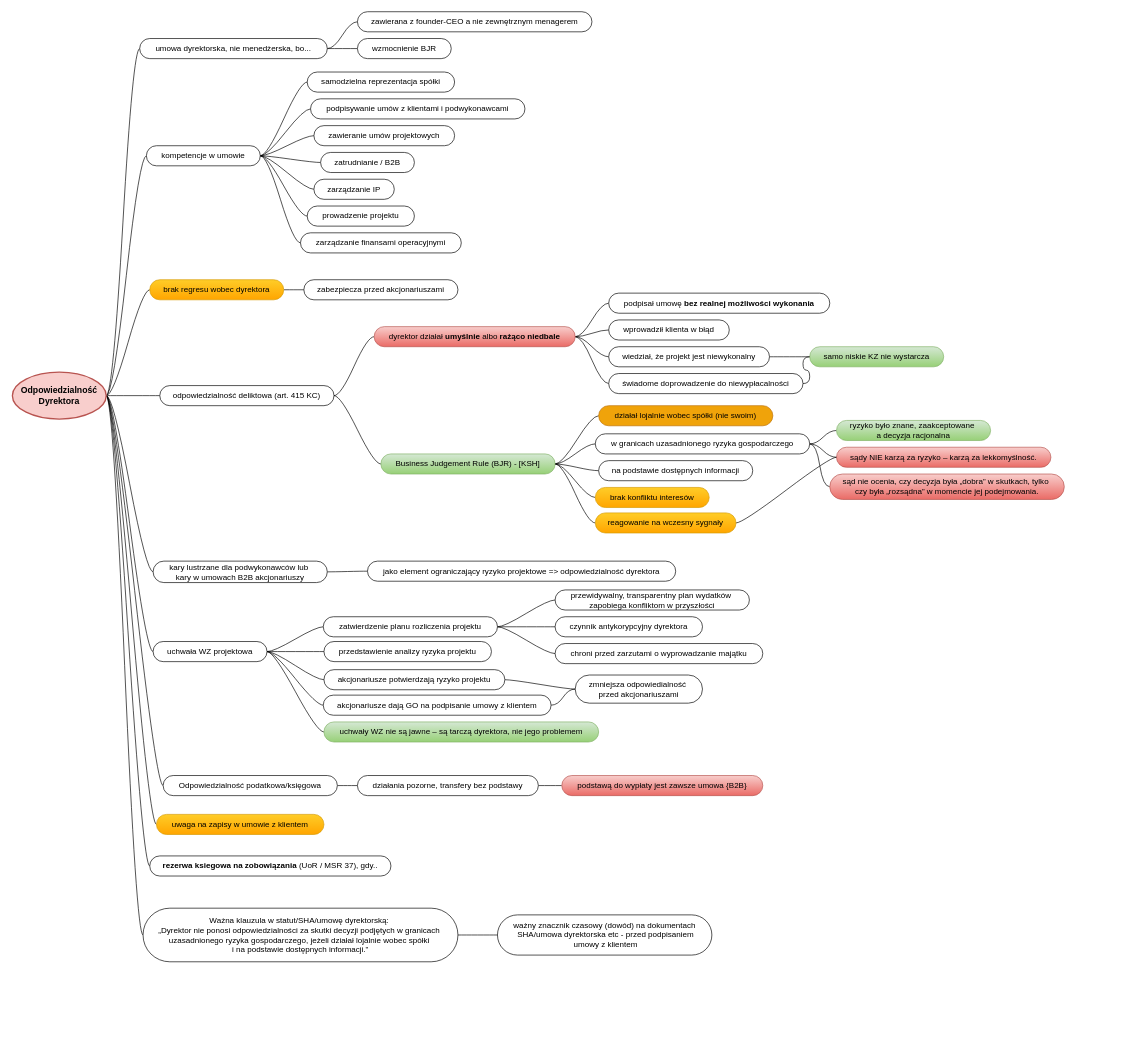
arturd2/diagrams keeps this draw.io diagram as Dyrektor.Odpowiedzialność.drawio. Above is the earlier version. Source tidied: cells renumbered, new cells numbered last; positions are measured from the earlier drawing's top-left corner, leaving out a move shared by most shapes. Both pictures are drawn from the tidied source at 67%, with x=0, y=0 at pixel (12, 11).
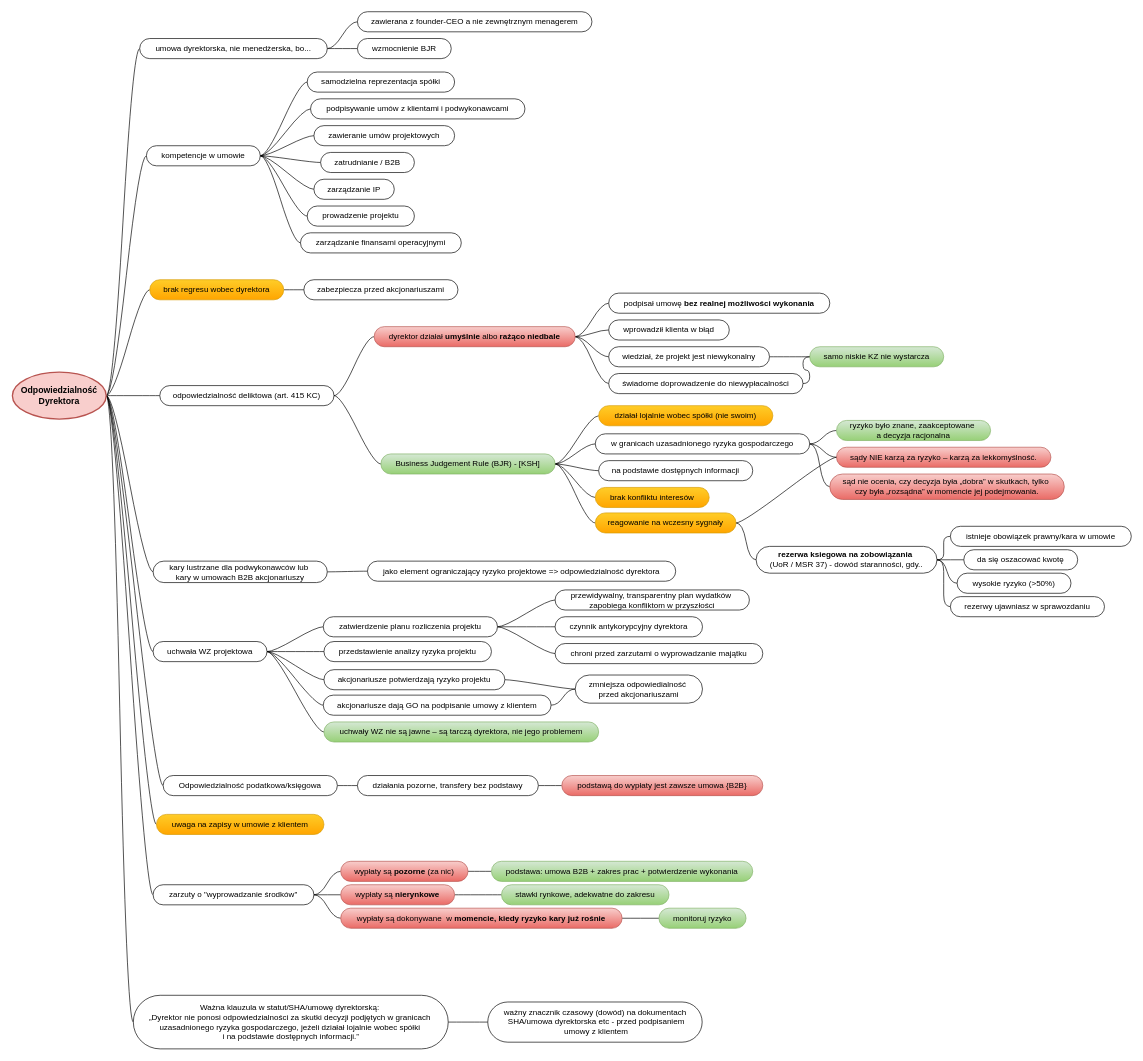
After the change.

The change refers to these unchanged cells:
```xml
<mxCell id="12" value="Odpowiedzialność&lt;br&gt;Dyrektora" style="ellipse;whiteSpace=wrap;html=1;align=center;newEdgeStyle={&quot;edgeStyle&quot;:&quot;entityRelationEdgeStyle&quot;,&quot;startArrow&quot;:&quot;none&quot;,&quot;endArrow&quot;:&quot;none&quot;,&quot;segment&quot;:10,&quot;curved&quot;:1,&quot;sourcePerimeterSpacing&quot;:0,&quot;targetPerimeterSpacing&quot;:0};fillColor=#f8cecc;strokeColor=#b85450;strokeWidth=2;fontStyle=1;fontSize=13;" parent="1" vertex="1">
  <mxGeometry y="538" width="140" height="70" as="geometry" />
</mxCell>
<mxCell id="93" value="reagowanie na wczesny sygnały" style="whiteSpace=wrap;html=1;rounded=1;arcSize=50;align=center;verticalAlign=middle;strokeWidth=1;spacing=4;newEdgeStyle={&quot;edgeStyle&quot;:&quot;entityRelationEdgeStyle&quot;,&quot;startArrow&quot;:&quot;none&quot;,&quot;endArrow&quot;:&quot;none&quot;,&quot;segment&quot;:10,&quot;curved&quot;:1,&quot;sourcePerimeterSpacing&quot;:0,&quot;targetPerimeterSpacing&quot;:0};fillColor=#ffcd28;gradientColor=#ffa500;strokeColor=#d79b00;" parent="1" vertex="1">
  <mxGeometry x="870" y="748" width="210" height="30" as="geometry" />
</mxCell>
```

The edit, as a diff of the source:
```diff
@@
-    <mxCell id="3" style="edgeStyle=entityRelationEdgeStyle;rounded=0;jettySize=auto;html=1;startArrow=none;endArrow=none;segment=10;curved=1;sourcePerimeterSpacing=0;targetPerimeterSpacing=0;exitX=1;exitY=0.5;exitDx=0;exitDy=0;" parent="1" edge="1" source="12" target="16">
-      <mxGeometry relative="1" as="geometry" />
-    </mxCell>
@@
+    <mxCell id="102" style="edgeStyle=entityRelationEdgeStyle;rounded=0;jettySize=auto;html=1;startArrow=none;endArrow=none;segment=10;curved=1;sourcePerimeterSpacing=0;targetPerimeterSpacing=0;" parent="1" edge="1" source="12" target="116">
+      <mxGeometry relative="1" as="geometry" />
+    </mxCell>
@@
-    <mxCell id="16" value="&lt;strong&gt;rezerwa ksiegowa na zobowiązania&lt;/strong&gt; (UoR / MSR 37), gdy.." style="whiteSpace=wrap;html=1;rounded=1;arcSize=50;align=center;verticalAlign=middle;strokeWidth=1;spacing=4;newEdgeStyle={&quot;edgeStyle&quot;:&quot;entityRelationEdgeStyle&quot;,&quot;startArrow&quot;:&quot;none&quot;,&quot;endArrow&quot;:&quot;none&quot;,&quot;segment&quot;:10,&quot;curved&quot;:1,&quot;sourcePerimeterSpacing&quot;:0,&quot;targetPerimeterSpacing&quot;:0};" parent="1" vertex="1" collapsed="1">
-      <mxGeometry x="205" y="1260" width="360" height="30" as="geometry" />
-    </mxCell>
@@
-    <mxCell id="76" value="działał lojalnie wobec spółki (nie swoim)" style="whiteSpace=wrap;html=1;rounded=1;arcSize=50;align=center;verticalAlign=middle;strokeWidth=1;spacing=4;newEdgeStyle={&quot;edgeStyle&quot;:&quot;entityRelationEdgeStyle&quot;,&quot;startArrow&quot;:&quot;none&quot;,&quot;endArrow&quot;:&quot;none&quot;,&quot;segment&quot;:10,&quot;curved&quot;:1,&quot;sourcePerimeterSpacing&quot;:0,&quot;targetPerimeterSpacing&quot;:0};fillColor=#f0a30a;strokeColor=#BD7000;fontColor=#000000;" parent="1" vertex="1">
+    <mxCell id="76" value="działał lojalnie wobec spółki (nie swoim)" style="whiteSpace=wrap;html=1;rounded=1;arcSize=50;align=center;verticalAlign=middle;strokeWidth=1;spacing=4;newEdgeStyle={&quot;edgeStyle&quot;:&quot;entityRelationEdgeStyle&quot;,&quot;startArrow&quot;:&quot;none&quot;,&quot;endArrow&quot;:&quot;none&quot;,&quot;segment&quot;:10,&quot;curved&quot;:1,&quot;sourcePerimeterSpacing&quot;:0,&quot;targetPerimeterSpacing&quot;:0};fillColor=#ffcd28;strokeColor=#d79b00;gradientColor=#ffa500;" parent="1" vertex="1">
       <mxGeometry x="875" y="588" width="260" height="30" as="geometry" />
     </mxCell>
@@
+    <mxCell id="103" style="edgeStyle=entityRelationEdgeStyle;rounded=0;jettySize=auto;html=1;startArrow=none;endArrow=none;segment=10;curved=1;sourcePerimeterSpacing=0;targetPerimeterSpacing=0;entryX=0;entryY=0.5;entryDx=0;entryDy=0;" parent="1" edge="1" source="93" target="108">
+      <mxGeometry relative="1" as="geometry" />
+    </mxCell>
@@
     <mxCell id="100" value="Ważna klauzula w statut/SHA/umowę dyrektorską:&amp;nbsp;&lt;br&gt;„Dyrektor nie ponosi odpowiedzialności za skutki decyzji podjętych w granicach&amp;nbsp;&lt;br&gt;uzasadnionego ryzyka gospodarczego, jeżeli działał lojalnie wobec spółki&amp;nbsp;&lt;br&gt;i na podstawie dostępnych informacji.”" style="whiteSpace=wrap;html=1;rounded=1;arcSize=50;align=center;verticalAlign=middle;strokeWidth=1;spacing=4;newEdgeStyle={&quot;edgeStyle&quot;:&quot;entityRelationEdgeStyle&quot;,&quot;startArrow&quot;:&quot;none&quot;,&quot;endArrow&quot;:&quot;none&quot;,&quot;segment&quot;:10,&quot;curved&quot;:1,&quot;sourcePerimeterSpacing&quot;:0,&quot;targetPerimeterSpacing&quot;:0};" parent="1" vertex="1">
-      <mxGeometry x="195" y="1338" width="470" height="80" as="geometry" />
+      <mxGeometry x="180.5" y="1468" width="470" height="80" as="geometry" />
     </mxCell>
     <mxCell id="101" value="ważny znacznik czasowy (dowód) na dokumentach&lt;br&gt;&amp;nbsp;SHA/umowa dyrektorska etc - przed podpisaniem&lt;br&gt;&amp;nbsp;umowy z klientem" style="whiteSpace=wrap;html=1;rounded=1;arcSize=50;align=center;verticalAlign=middle;strokeWidth=1;spacing=4;newEdgeStyle={&quot;edgeStyle&quot;:&quot;entityRelationEdgeStyle&quot;,&quot;startArrow&quot;:&quot;none&quot;,&quot;endArrow&quot;:&quot;none&quot;,&quot;segment&quot;:10,&quot;curved&quot;:1,&quot;sourcePerimeterSpacing&quot;:0,&quot;targetPerimeterSpacing&quot;:0};" parent="1" vertex="1">
-      <mxGeometry x="724" y="1348" width="320" height="60" as="geometry" />
+      <mxGeometry x="709.5" y="1478" width="320" height="60" as="geometry" />
     </mxCell>
+    <mxCell id="104" style="edgeStyle=entityRelationEdgeStyle;rounded=0;jettySize=auto;html=1;startArrow=none;endArrow=none;segment=10;curved=1;sourcePerimeterSpacing=0;targetPerimeterSpacing=0;" parent="1" edge="1" source="108" target="109">
+      <mxGeometry relative="1" as="geometry" />
+    </mxCell>
+    <mxCell id="105" style="edgeStyle=entityRelationEdgeStyle;rounded=0;jettySize=auto;html=1;startArrow=none;endArrow=none;segment=10;curved=1;sourcePerimeterSpacing=0;targetPerimeterSpacing=0;entryX=0;entryY=0.5;entryDx=0;entryDy=0;" parent="1" edge="1" source="108" target="110">
+      <mxGeometry relative="1" as="geometry" />
+    </mxCell>
+    <mxCell id="106" style="edgeStyle=entityRelationEdgeStyle;rounded=0;jettySize=auto;html=1;startArrow=none;endArrow=none;segment=10;curved=1;sourcePerimeterSpacing=0;targetPerimeterSpacing=0;entryX=0;entryY=0.5;entryDx=0;entryDy=0;" parent="1" edge="1" source="108" target="111">
+      <mxGeometry relative="1" as="geometry" />
+    </mxCell>
+    <mxCell id="107" style="edgeStyle=entityRelationEdgeStyle;rounded=0;jettySize=auto;html=1;startArrow=none;endArrow=none;segment=10;curved=1;sourcePerimeterSpacing=0;targetPerimeterSpacing=0;" parent="1" edge="1" source="108" target="112">
+      <mxGeometry relative="1" as="geometry" />
+    </mxCell>
+    <mxCell id="108" value="&lt;strong&gt;rezerwa ksiegowa na zobowiązania&lt;/strong&gt;&amp;nbsp;&lt;br&gt;(UoR / MSR 37) - dowód staranności, gdy.." style="whiteSpace=wrap;html=1;rounded=1;arcSize=50;align=center;verticalAlign=middle;strokeWidth=1;spacing=4;newEdgeStyle={&quot;edgeStyle&quot;:&quot;entityRelationEdgeStyle&quot;,&quot;startArrow&quot;:&quot;none&quot;,&quot;endArrow&quot;:&quot;none&quot;,&quot;segment&quot;:10,&quot;curved&quot;:1,&quot;sourcePerimeterSpacing&quot;:0,&quot;targetPerimeterSpacing&quot;:0};" parent="1" vertex="1">
+      <mxGeometry x="1110" y="798" width="270" height="40" as="geometry" />
+    </mxCell>
+    <mxCell id="109" value="istnieje obowiązek prawny/kara w umowie" style="whiteSpace=wrap;html=1;rounded=1;arcSize=50;align=center;verticalAlign=middle;strokeWidth=1;spacing=4;newEdgeStyle={&quot;edgeStyle&quot;:&quot;entityRelationEdgeStyle&quot;,&quot;startArrow&quot;:&quot;none&quot;,&quot;endArrow&quot;:&quot;none&quot;,&quot;segment&quot;:10,&quot;curved&quot;:1,&quot;sourcePerimeterSpacing&quot;:0,&quot;targetPerimeterSpacing&quot;:0};" parent="1" vertex="1">
+      <mxGeometry x="1400" y="768" width="270" height="30" as="geometry" />
+    </mxCell>
+    <mxCell id="110" value="da się oszacować kwotę" style="whiteSpace=wrap;html=1;rounded=1;arcSize=50;align=center;verticalAlign=middle;strokeWidth=1;spacing=4;newEdgeStyle={&quot;edgeStyle&quot;:&quot;entityRelationEdgeStyle&quot;,&quot;startArrow&quot;:&quot;none&quot;,&quot;endArrow&quot;:&quot;none&quot;,&quot;segment&quot;:10,&quot;curved&quot;:1,&quot;sourcePerimeterSpacing&quot;:0,&quot;targetPerimeterSpacing&quot;:0};" parent="1" vertex="1">
+      <mxGeometry x="1420" y="803" width="170" height="30" as="geometry" />
+    </mxCell>
+    <mxCell id="111" value="wysokie ryzyko (&amp;gt;50%)" style="whiteSpace=wrap;html=1;rounded=1;arcSize=50;align=center;verticalAlign=middle;strokeWidth=1;spacing=4;newEdgeStyle={&quot;edgeStyle&quot;:&quot;entityRelationEdgeStyle&quot;,&quot;startArrow&quot;:&quot;none&quot;,&quot;endArrow&quot;:&quot;none&quot;,&quot;segment&quot;:10,&quot;curved&quot;:1,&quot;sourcePerimeterSpacing&quot;:0,&quot;targetPerimeterSpacing&quot;:0};" parent="1" vertex="1">
+      <mxGeometry x="1410" y="838" width="170" height="30" as="geometry" />
+    </mxCell>
+    <mxCell id="112" value="rezerwy ujawniasz w sprawozdaniu" style="whiteSpace=wrap;html=1;rounded=1;arcSize=50;align=center;verticalAlign=middle;strokeWidth=1;spacing=4;newEdgeStyle={&quot;edgeStyle&quot;:&quot;entityRelationEdgeStyle&quot;,&quot;startArrow&quot;:&quot;none&quot;,&quot;endArrow&quot;:&quot;none&quot;,&quot;segment&quot;:10,&quot;curved&quot;:1,&quot;sourcePerimeterSpacing&quot;:0,&quot;targetPerimeterSpacing&quot;:0};" parent="1" vertex="1">
+      <mxGeometry x="1400" y="873" width="230" height="30" as="geometry" />
+    </mxCell>
+    <mxCell id="113" style="edgeStyle=entityRelationEdgeStyle;rounded=0;jettySize=auto;html=1;startArrow=none;endArrow=none;segment=10;curved=1;sourcePerimeterSpacing=0;targetPerimeterSpacing=0;" parent="1" edge="1" source="116" target="118">
+      <mxGeometry relative="1" as="geometry" />
+    </mxCell>
+    <mxCell id="114" style="edgeStyle=entityRelationEdgeStyle;rounded=0;jettySize=auto;html=1;startArrow=none;endArrow=none;segment=10;curved=1;sourcePerimeterSpacing=0;targetPerimeterSpacing=0;entryX=0;entryY=0.5;entryDx=0;entryDy=0;" parent="1" edge="1" source="116" target="120">
+      <mxGeometry relative="1" as="geometry" />
+    </mxCell>
+    <mxCell id="115" style="edgeStyle=entityRelationEdgeStyle;rounded=0;jettySize=auto;html=1;startArrow=none;endArrow=none;segment=10;curved=1;sourcePerimeterSpacing=0;targetPerimeterSpacing=0;entryX=0;entryY=0.5;entryDx=0;entryDy=0;" parent="1" edge="1" source="116" target="122">
+      <mxGeometry relative="1" as="geometry" />
+    </mxCell>
+    <mxCell id="116" value="zarzuty o &quot;wyprowadzanie środków&quot;" style="whiteSpace=wrap;html=1;rounded=1;arcSize=50;align=center;verticalAlign=middle;strokeWidth=1;spacing=4;newEdgeStyle={&quot;edgeStyle&quot;:&quot;entityRelationEdgeStyle&quot;,&quot;startArrow&quot;:&quot;none&quot;,&quot;endArrow&quot;:&quot;none&quot;,&quot;segment&quot;:10,&quot;curved&quot;:1,&quot;sourcePerimeterSpacing&quot;:0,&quot;targetPerimeterSpacing&quot;:0};" parent="1" vertex="1">
+      <mxGeometry x="210" y="1303" width="240" height="30" as="geometry" />
+    </mxCell>
+    <mxCell id="117" style="edgeStyle=entityRelationEdgeStyle;rounded=0;jettySize=auto;html=1;startArrow=none;endArrow=none;segment=10;curved=1;sourcePerimeterSpacing=0;targetPerimeterSpacing=0;" parent="1" edge="1" source="118" target="123">
+      <mxGeometry relative="1" as="geometry" />
+    </mxCell>
+    <mxCell id="118" value="wypłaty są &lt;strong&gt;pozorne&lt;/strong&gt; (za nic)" style="whiteSpace=wrap;html=1;rounded=1;arcSize=50;align=center;verticalAlign=middle;strokeWidth=1;spacing=4;newEdgeStyle={&quot;edgeStyle&quot;:&quot;entityRelationEdgeStyle&quot;,&quot;startArrow&quot;:&quot;none&quot;,&quot;endArrow&quot;:&quot;none&quot;,&quot;segment&quot;:10,&quot;curved&quot;:1,&quot;sourcePerimeterSpacing&quot;:0,&quot;targetPerimeterSpacing&quot;:0};fillColor=#f8cecc;gradientColor=#ea6b66;strokeColor=#b85450;" parent="1" vertex="1">
+      <mxGeometry x="490" y="1268" width="190" height="30" as="geometry" />
+    </mxCell>
+    <mxCell id="119" style="edgeStyle=entityRelationEdgeStyle;rounded=0;jettySize=auto;html=1;startArrow=none;endArrow=none;segment=10;curved=1;sourcePerimeterSpacing=0;targetPerimeterSpacing=0;" parent="1" edge="1" source="120" target="124">
+      <mxGeometry relative="1" as="geometry" />
+    </mxCell>
+    <mxCell id="120" value="wypłaty są &lt;b&gt;nierynkowe&lt;/b&gt;" style="whiteSpace=wrap;html=1;rounded=1;arcSize=50;align=center;verticalAlign=middle;strokeWidth=1;spacing=4;newEdgeStyle={&quot;edgeStyle&quot;:&quot;entityRelationEdgeStyle&quot;,&quot;startArrow&quot;:&quot;none&quot;,&quot;endArrow&quot;:&quot;none&quot;,&quot;segment&quot;:10,&quot;curved&quot;:1,&quot;sourcePerimeterSpacing&quot;:0,&quot;targetPerimeterSpacing&quot;:0};fillColor=#f8cecc;gradientColor=#ea6b66;strokeColor=#b85450;" parent="1" vertex="1">
+      <mxGeometry x="490" y="1303" width="170" height="30" as="geometry" />
+    </mxCell>
+    <mxCell id="121" style="edgeStyle=entityRelationEdgeStyle;rounded=0;jettySize=auto;html=1;startArrow=none;endArrow=none;segment=10;curved=1;sourcePerimeterSpacing=0;targetPerimeterSpacing=0;" parent="1" edge="1" source="122" target="125">
+      <mxGeometry relative="1" as="geometry" />
+    </mxCell>
+    <mxCell id="122" value="wypłaty są dokonywane&amp;nbsp; w&amp;nbsp;&lt;b&gt;momencie, kiedy ryzyko kary już rośnie&lt;/b&gt;" style="whiteSpace=wrap;html=1;rounded=1;arcSize=50;align=center;verticalAlign=middle;strokeWidth=1;spacing=4;newEdgeStyle={&quot;edgeStyle&quot;:&quot;entityRelationEdgeStyle&quot;,&quot;startArrow&quot;:&quot;none&quot;,&quot;endArrow&quot;:&quot;none&quot;,&quot;segment&quot;:10,&quot;curved&quot;:1,&quot;sourcePerimeterSpacing&quot;:0,&quot;targetPerimeterSpacing&quot;:0};fillColor=#f8cecc;gradientColor=#ea6b66;strokeColor=#b85450;" parent="1" vertex="1">
+      <mxGeometry x="490" y="1338" width="420" height="30" as="geometry" />
+    </mxCell>
+    <mxCell id="123" value="podstawa: umowa B2B + zakres prac + potwierdzenie wykonania" style="whiteSpace=wrap;html=1;rounded=1;arcSize=50;align=center;verticalAlign=middle;strokeWidth=1;spacing=4;newEdgeStyle={&quot;edgeStyle&quot;:&quot;entityRelationEdgeStyle&quot;,&quot;startArrow&quot;:&quot;none&quot;,&quot;endArrow&quot;:&quot;none&quot;,&quot;segment&quot;:10,&quot;curved&quot;:1,&quot;sourcePerimeterSpacing&quot;:0,&quot;targetPerimeterSpacing&quot;:0};fillColor=#d5e8d4;gradientColor=#97d077;strokeColor=#82b366;" parent="1" vertex="1">
+      <mxGeometry x="715" y="1268" width="390" height="30" as="geometry" />
+    </mxCell>
+    <mxCell id="124" value="stawki rynkowe, adekwatne do zakresu" style="whiteSpace=wrap;html=1;rounded=1;arcSize=50;align=center;verticalAlign=middle;strokeWidth=1;spacing=4;newEdgeStyle={&quot;edgeStyle&quot;:&quot;entityRelationEdgeStyle&quot;,&quot;startArrow&quot;:&quot;none&quot;,&quot;endArrow&quot;:&quot;none&quot;,&quot;segment&quot;:10,&quot;curved&quot;:1,&quot;sourcePerimeterSpacing&quot;:0,&quot;targetPerimeterSpacing&quot;:0};fillColor=#d5e8d4;gradientColor=#97d077;strokeColor=#82b366;" parent="1" vertex="1">
+      <mxGeometry x="730" y="1303" width="250" height="30" as="geometry" />
+    </mxCell>
+    <mxCell id="125" value="monitoruj ryzyko" style="whiteSpace=wrap;html=1;rounded=1;arcSize=50;align=center;verticalAlign=middle;strokeWidth=1;spacing=4;newEdgeStyle={&quot;edgeStyle&quot;:&quot;entityRelationEdgeStyle&quot;,&quot;startArrow&quot;:&quot;none&quot;,&quot;endArrow&quot;:&quot;none&quot;,&quot;segment&quot;:10,&quot;curved&quot;:1,&quot;sourcePerimeterSpacing&quot;:0,&quot;targetPerimeterSpacing&quot;:0};fillColor=#d5e8d4;gradientColor=#97d077;strokeColor=#82b366;" parent="1" vertex="1">
+      <mxGeometry x="965" y="1338" width="130" height="30" as="geometry" />
+    </mxCell>
```
